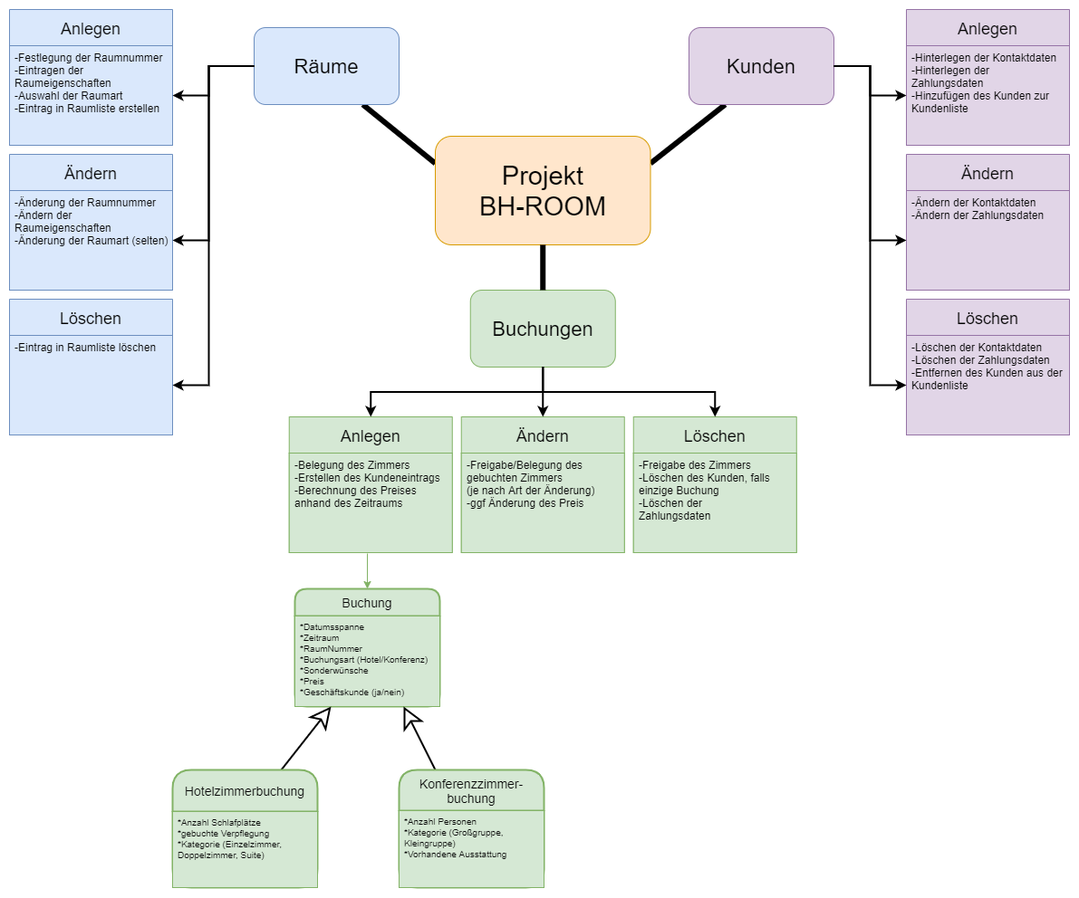
Before: Projektübersicht.png, a diagram exported from draw.io (fh-erfurt/Businesshotel-Roommanager). Source tidied: cells renumbered, new cells last; positions are measured from the earlier drawing's top-left corner, leaving out a move shared by most shapes.
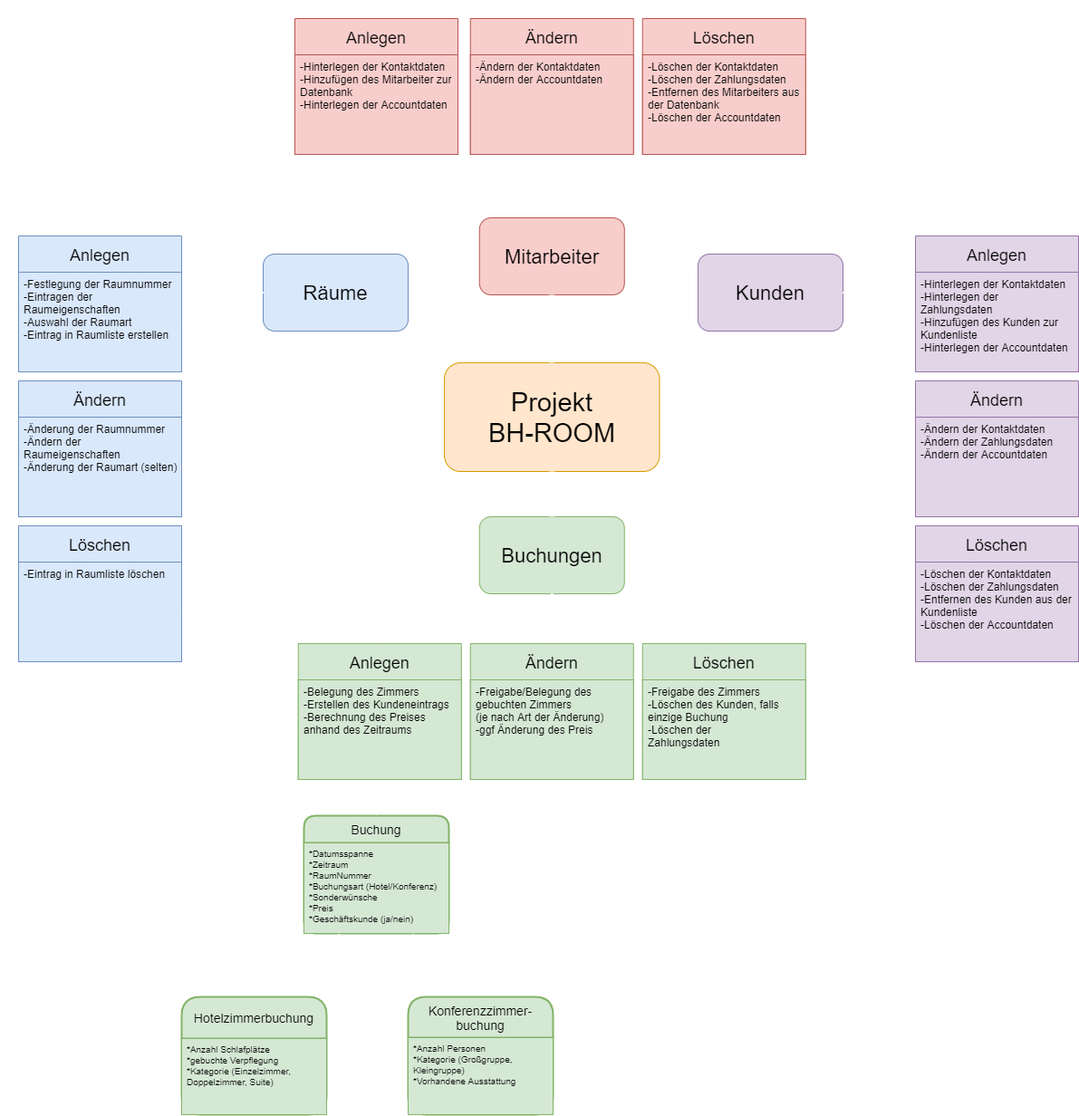
After the change.

Commit message:
Diagramm geupdatet

What changed in the source:
```diff
@@ -2,10 +2,10 @@
   <root>
     <mxCell id="0" />
     <mxCell id="1" parent="0" />
-    <mxCell id="2" style="endArrow=none;html=1;strokeWidth=6;fontSize=18;exitX=0.75;exitY=1;exitDx=0;exitDy=0;entryX=0;entryY=0.25;entryDx=0;entryDy=0;" parent="1" edge="1" source="14" target="15">
+    <mxCell id="2" style="endArrow=none;html=1;strokeWidth=6;fontSize=18;exitX=0.75;exitY=1;exitDx=0;exitDy=0;entryX=0;entryY=0.25;entryDx=0;entryDy=0;strokeColor=#FFFFFF;" parent="1" edge="1" source="14" target="15">
       <mxGeometry relative="1" as="geometry" />
     </mxCell>
-    <mxCell id="3" style="endArrow=none;html=1;strokeWidth=6;fontSize=18;exitX=0.25;exitY=1;exitDx=0;exitDy=0;entryX=1;entryY=0.25;entryDx=0;entryDy=0;" parent="1" edge="1" source="12" target="15">
+    <mxCell id="3" style="endArrow=none;html=1;strokeWidth=6;fontSize=18;exitX=0.25;exitY=1;exitDx=0;exitDy=0;entryX=1;entryY=0.25;entryDx=0;entryDy=0;strokeColor=#FFFFFF;" parent="1" edge="1" source="12" target="15">
       <mxGeometry relative="1" as="geometry" />
     </mxCell>
     <mxCell id="4" value="Buchung" style="swimlane;horizontal=1;startSize=30;rounded=1;fontSize=14;fontStyle=0;strokeWidth=2;shadow=0;dashed=0;align=center;fillColor=#d5e8d4;strokeColor=#82b366;" parent="1" vertex="1">
@@ -14,7 +14,7 @@
     <mxCell id="5" value="*Datumsspanne&#10;*Zeitraum&#10;*RaumNummer&#10;*Buchungsart (Hotel/Konferenz)&#10;*Sonderwünsche&#10;*Preis&#10;*Geschäftskunde (ja/nein)&#10;" style="align=left;strokeColor=#82b366;fillColor=#d5e8d4;spacingLeft=4;fontSize=10;verticalAlign=top;whiteSpace=wrap;" parent="4" vertex="1">
       <mxGeometry y="30" width="160" height="100" as="geometry" />
     </mxCell>
-    <mxCell id="6" style="rounded=0;jettySize=auto;html=1;exitX=0.75;exitY=0;exitDx=0;exitDy=0;entryX=0.25;entryY=1;entryDx=0;entryDy=0;fontSize=18;endArrow=classic;endFill=0;strokeWidth=2;startSize=4;endSize=19;fillColor=#d5e8d4;" parent="1" edge="1" source="7" target="5">
+    <mxCell id="6" style="rounded=0;jettySize=auto;html=1;exitX=0.75;exitY=0;exitDx=0;exitDy=0;entryX=0.25;entryY=1;entryDx=0;entryDy=0;fontSize=18;endArrow=classic;endFill=0;strokeWidth=2;startSize=4;endSize=19;fillColor=#d5e8d4;strokeColor=#FFFFFF;" parent="1" edge="1" source="7" target="5">
       <mxGeometry relative="1" as="geometry" />
     </mxCell>
     <mxCell id="7" value="Hotelzimmerbuchung" style="swimlane;horizontal=1;startSize=46;rounded=1;fontSize=14;fontStyle=0;strokeWidth=2;shadow=0;dashed=0;align=center;whiteSpace=wrap;fillColor=#d5e8d4;strokeColor=#82b366;" parent="1" vertex="1">
@@ -23,7 +23,7 @@
     <mxCell id="8" value="*Anzahl Schlafplätze&#10;*gebuchte Verpflegung&#10;*Kategorie (Einzelzimmer, Doppelzimmer, Suite)&#10;" style="align=left;strokeColor=#82b366;fillColor=#d5e8d4;spacingLeft=4;fontSize=10;verticalAlign=top;whiteSpace=wrap;" parent="7" vertex="1">
       <mxGeometry y="46" width="160" height="84" as="geometry" />
     </mxCell>
-    <mxCell id="9" style="rounded=0;jettySize=auto;html=1;exitX=0.25;exitY=0;exitDx=0;exitDy=0;fontSize=18;entryX=0.75;entryY=1;entryDx=0;entryDy=0;endArrow=classic;endFill=0;strokeWidth=2;startSize=4;endSize=19;fillColor=#d5e8d4;" parent="1" edge="1" source="10" target="5">
+    <mxCell id="9" style="rounded=0;jettySize=auto;html=1;exitX=0.25;exitY=0;exitDx=0;exitDy=0;fontSize=18;entryX=0.75;entryY=1;entryDx=0;entryDy=0;endArrow=classic;endFill=0;strokeWidth=2;startSize=4;endSize=19;fillColor=#d5e8d4;strokeColor=#FFFFFF;" parent="1" edge="1" source="10" target="5">
       <mxGeometry relative="1" as="geometry" />
     </mxCell>
     <mxCell id="10" value="Konferenzzimmer-buchung" style="swimlane;horizontal=1;startSize=45;rounded=1;fontSize=14;fontStyle=0;strokeWidth=2;shadow=0;dashed=0;align=center;whiteSpace=wrap;fillColor=#d5e8d4;strokeColor=#82b366;" parent="1" vertex="1">
@@ -65,45 +65,45 @@
     <mxCell id="22" value="Anlegen" style="swimlane;fontStyle=0;horizontal=1;startSize=40;align=center;fontSize=18;rounded=0;fillColor=#e1d5e7;strokeColor=#9673a6;" parent="1" vertex="1">
       <mxGeometry x="990" width="180" height="150" as="geometry" />
     </mxCell>
-    <mxCell id="23" value="-Hinterlegen der Kontaktdaten&#10;-Hinterlegen der &#10;Zahlungsdaten&#10;-Hinzufügen des Kunden zur Kundenliste" style="text;strokeColor=#9673a6;fillColor=#e1d5e7;spacingLeft=4;spacingRight=4;overflow=hidden;points=[[0,0.5],[1,0.5]];portConstraint=eastwest;fontSize=12;whiteSpace=wrap;rounded=0;" parent="22" vertex="1">
+    <mxCell id="23" value="-Hinterlegen der Kontaktdaten&#10;-Hinterlegen der &#10;Zahlungsdaten&#10;-Hinzufügen des Kunden zur Kundenliste&#10;-Hinterlegen der Accountdaten" style="text;strokeColor=#9673a6;fillColor=#e1d5e7;spacingLeft=4;spacingRight=4;overflow=hidden;points=[[0,0.5],[1,0.5]];portConstraint=eastwest;fontSize=12;whiteSpace=wrap;rounded=0;" parent="22" vertex="1">
       <mxGeometry y="40" width="180" height="110" as="geometry" />
     </mxCell>
     <mxCell id="24" value="Ändern" style="swimlane;fontStyle=0;horizontal=1;startSize=40;align=center;fontSize=18;rounded=0;fillColor=#e1d5e7;strokeColor=#9673a6;" parent="1" vertex="1">
       <mxGeometry x="990" y="160" width="180" height="150" as="geometry" />
     </mxCell>
-    <mxCell id="25" value="-Ändern der Kontaktdaten&#10;-Ändern der Zahlungsdaten" style="text;strokeColor=#9673a6;fillColor=#e1d5e7;spacingLeft=4;spacingRight=4;overflow=hidden;points=[[0,0.5],[1,0.5]];portConstraint=eastwest;fontSize=12;whiteSpace=wrap;rounded=0;" parent="24" vertex="1">
+    <mxCell id="25" value="-Ändern der Kontaktdaten&#10;-Ändern der Zahlungsdaten&#10;-Ändern der Accountdaten" style="text;strokeColor=#9673a6;fillColor=#e1d5e7;spacingLeft=4;spacingRight=4;overflow=hidden;points=[[0,0.5],[1,0.5]];portConstraint=eastwest;fontSize=12;whiteSpace=wrap;rounded=0;" parent="24" vertex="1">
       <mxGeometry y="40" width="180" height="110" as="geometry" />
     </mxCell>
     <mxCell id="26" value="Löschen" style="swimlane;fontStyle=0;horizontal=1;startSize=40;align=center;fontSize=18;rounded=0;fillColor=#e1d5e7;strokeColor=#9673a6;" parent="1" vertex="1">
       <mxGeometry x="990" y="320" width="180" height="150" as="geometry" />
     </mxCell>
-    <mxCell id="27" value="-Löschen der Kontaktdaten&#10;-Löschen der Zahlungsdaten&#10;-Entfernen des Kunden aus der Kundenliste" style="text;strokeColor=#9673a6;fillColor=#e1d5e7;spacingLeft=4;spacingRight=4;overflow=hidden;points=[[0,0.5],[1,0.5]];portConstraint=eastwest;fontSize=12;whiteSpace=wrap;rounded=0;" parent="26" vertex="1">
+    <mxCell id="27" value="-Löschen der Kontaktdaten&#10;-Löschen der Zahlungsdaten&#10;-Entfernen des Kunden aus der Kundenliste&#10;-Löschen der Accountdaten" style="text;strokeColor=#9673a6;fillColor=#e1d5e7;spacingLeft=4;spacingRight=4;overflow=hidden;points=[[0,0.5],[1,0.5]];portConstraint=eastwest;fontSize=12;whiteSpace=wrap;rounded=0;" parent="26" vertex="1">
       <mxGeometry y="40" width="180" height="110" as="geometry" />
     </mxCell>
-    <mxCell id="28" style="endArrow=classic;html=1;fontSize=18;entryX=0.5;entryY=0;entryDx=0;entryDy=0;fillColor=#d5e8d4;strokeColor=#82b366;" parent="1" edge="1" target="4">
+    <mxCell id="28" style="endArrow=classic;html=1;fontSize=18;entryX=0.5;entryY=0;entryDx=0;entryDy=0;fillColor=#d5e8d4;strokeColor=#FFFFFF;" parent="1" edge="1" target="4">
       <mxGeometry relative="1" as="geometry">
         <mxPoint x="395" y="601" as="sourcePoint" />
       </mxGeometry>
     </mxCell>
-    <mxCell id="29" style="endArrow=classic;html=1;strokeWidth=2;fontSize=18;exitX=0.5;exitY=1;exitDx=0;exitDy=0;entryX=0.5;entryY=0;entryDx=0;entryDy=0;" parent="1" edge="1" source="13" target="18">
+    <mxCell id="29" style="endArrow=classic;html=1;strokeWidth=2;fontSize=18;exitX=0.5;exitY=1;exitDx=0;exitDy=0;entryX=0.5;entryY=0;entryDx=0;entryDy=0;strokeColor=#FFFFFF;" parent="1" edge="1" source="13" target="18">
       <mxGeometry relative="1" as="geometry" />
     </mxCell>
-    <mxCell id="30" style="endArrow=classic;html=1;strokeWidth=2;fontSize=18;exitX=0.5;exitY=1;exitDx=0;exitDy=0;entryX=0.5;entryY=0;entryDx=0;entryDy=0;edgeStyle=orthogonalEdgeStyle;rounded=0;" parent="1" edge="1" source="13" target="16">
+    <mxCell id="30" style="endArrow=classic;html=1;strokeWidth=2;fontSize=18;exitX=0.5;exitY=1;exitDx=0;exitDy=0;entryX=0.5;entryY=0;entryDx=0;entryDy=0;edgeStyle=orthogonalEdgeStyle;rounded=0;strokeColor=#FFFFFF;" parent="1" edge="1" source="13" target="16">
       <mxGeometry relative="1" as="geometry" />
     </mxCell>
-    <mxCell id="31" style="endArrow=classic;html=1;strokeWidth=2;fontSize=18;exitX=0.5;exitY=1;exitDx=0;exitDy=0;entryX=0.5;entryY=0;entryDx=0;entryDy=0;rounded=0;edgeStyle=orthogonalEdgeStyle;" parent="1" edge="1" source="13" target="20">
+    <mxCell id="31" style="endArrow=classic;html=1;strokeWidth=2;fontSize=18;exitX=0.5;exitY=1;exitDx=0;exitDy=0;entryX=0.5;entryY=0;entryDx=0;entryDy=0;rounded=0;edgeStyle=orthogonalEdgeStyle;strokeColor=#FFFFFF;" parent="1" edge="1" source="13" target="20">
       <mxGeometry relative="1" as="geometry" />
     </mxCell>
-    <mxCell id="32" style="endArrow=none;html=1;strokeWidth=6;fontSize=18;exitX=0.5;exitY=1;exitDx=0;exitDy=0;entryX=0.5;entryY=0;entryDx=0;entryDy=0;" parent="1" edge="1" source="15" target="13">
+    <mxCell id="32" style="endArrow=none;html=1;strokeWidth=6;fontSize=18;exitX=0.5;exitY=1;exitDx=0;exitDy=0;entryX=0.5;entryY=0;entryDx=0;entryDy=0;strokeColor=#FFFFFF;" parent="1" edge="1" source="15" target="13">
       <mxGeometry relative="1" as="geometry" />
     </mxCell>
-    <mxCell id="33" style="endArrow=classic;html=1;strokeWidth=2;fontSize=18;rounded=0;edgeStyle=orthogonalEdgeStyle;exitX=1;exitY=0.5;exitDx=0;exitDy=0;entryX=0;entryY=0.5;entryDx=0;entryDy=0;" parent="1" edge="1" source="12" target="23">
+    <mxCell id="33" style="endArrow=classic;html=1;strokeWidth=2;fontSize=18;rounded=0;edgeStyle=orthogonalEdgeStyle;exitX=1;exitY=0.5;exitDx=0;exitDy=0;entryX=0;entryY=0.5;entryDx=0;entryDy=0;strokeColor=#FFFFFF;" parent="1" edge="1" source="12" target="23">
       <mxGeometry relative="1" as="geometry" />
     </mxCell>
-    <mxCell id="34" style="endArrow=classic;html=1;strokeWidth=2;fontSize=18;rounded=0;edgeStyle=orthogonalEdgeStyle;exitX=1;exitY=0.5;exitDx=0;exitDy=0;entryX=0;entryY=0.5;entryDx=0;entryDy=0;" parent="1" edge="1" source="12" target="25">
+    <mxCell id="34" style="endArrow=classic;html=1;strokeWidth=2;fontSize=18;rounded=0;edgeStyle=orthogonalEdgeStyle;exitX=1;exitY=0.5;exitDx=0;exitDy=0;entryX=0;entryY=0.5;entryDx=0;entryDy=0;strokeColor=#FFFFFF;" parent="1" edge="1" source="12" target="25">
       <mxGeometry relative="1" as="geometry" />
     </mxCell>
-    <mxCell id="35" style="endArrow=classic;html=1;strokeWidth=2;fontSize=18;rounded=0;edgeStyle=orthogonalEdgeStyle;exitX=1;exitY=0.5;exitDx=0;exitDy=0;entryX=0;entryY=0.5;entryDx=0;entryDy=0;" parent="1" edge="1" source="12" target="27">
+    <mxCell id="35" style="endArrow=classic;html=1;strokeWidth=2;fontSize=18;rounded=0;edgeStyle=orthogonalEdgeStyle;exitX=1;exitY=0.5;exitDx=0;exitDy=0;entryX=0;entryY=0.5;entryDx=0;entryDy=0;strokeColor=#FFFFFF;" parent="1" edge="1" source="12" target="27">
       <mxGeometry relative="1" as="geometry" />
     </mxCell>
     <mxCell id="36" value="Anlegen" style="swimlane;fontStyle=0;horizontal=1;startSize=40;align=center;fontSize=18;rounded=0;fillColor=#dae8fc;strokeColor=#6c8ebf;" parent="1" vertex="1">
@@ -124,7 +124,7 @@
     <mxCell id="41" value="-Eintrag in Raumliste löschen&#10;" style="text;strokeColor=#6c8ebf;fillColor=#dae8fc;spacingLeft=4;spacingRight=4;overflow=hidden;points=[[0,0.5],[1,0.5]];portConstraint=eastwest;fontSize=12;whiteSpace=wrap;rounded=0;" parent="40" vertex="1">
       <mxGeometry y="40" width="180" height="110" as="geometry" />
     </mxCell>
-    <mxCell id="42" style="endArrow=classic;html=1;strokeWidth=2;fontSize=18;rounded=0;edgeStyle=orthogonalEdgeStyle;exitX=0;exitY=0.5;exitDx=0;exitDy=0;entryX=1;entryY=0.5;entryDx=0;entryDy=0;" parent="1" edge="1" source="14" target="37">
+    <mxCell id="42" style="endArrow=classic;html=1;strokeWidth=2;fontSize=18;rounded=0;edgeStyle=orthogonalEdgeStyle;exitX=0;exitY=0.5;exitDx=0;exitDy=0;entryX=1;entryY=0.5;entryDx=0;entryDy=0;strokeColor=#FFFFFF;" parent="1" edge="1" source="14" target="37">
       <mxGeometry relative="1" as="geometry">
         <Array as="points">
           <mxPoint x="220" y="63" />
@@ -132,7 +132,7 @@
         </Array>
       </mxGeometry>
     </mxCell>
-    <mxCell id="43" style="endArrow=classic;html=1;strokeWidth=2;fontSize=18;rounded=0;edgeStyle=orthogonalEdgeStyle;exitX=0;exitY=0.5;exitDx=0;exitDy=0;entryX=1;entryY=0.5;entryDx=0;entryDy=0;" parent="1" edge="1" source="14" target="41">
+    <mxCell id="43" style="endArrow=classic;html=1;strokeWidth=2;fontSize=18;rounded=0;edgeStyle=orthogonalEdgeStyle;exitX=0;exitY=0.5;exitDx=0;exitDy=0;entryX=1;entryY=0.5;entryDx=0;entryDy=0;strokeColor=#FFFFFF;" parent="1" edge="1" source="14" target="41">
       <mxGeometry relative="1" as="geometry">
         <Array as="points">
           <mxPoint x="220" y="63" />
@@ -140,7 +140,7 @@
         </Array>
       </mxGeometry>
     </mxCell>
-    <mxCell id="44" style="endArrow=classic;html=1;strokeWidth=2;fontSize=18;exitX=0;exitY=0.5;exitDx=0;exitDy=0;entryX=1;entryY=0.5;entryDx=0;entryDy=0;edgeStyle=orthogonalEdgeStyle;rounded=0;" parent="1" edge="1" source="14" target="39">
+    <mxCell id="44" style="endArrow=classic;html=1;strokeWidth=2;fontSize=18;exitX=0;exitY=0.5;exitDx=0;exitDy=0;entryX=1;entryY=0.5;entryDx=0;entryDy=0;edgeStyle=orthogonalEdgeStyle;rounded=0;strokeColor=#FFFFFF;" parent="1" edge="1" source="14" target="39">
       <mxGeometry relative="1" as="geometry">
         <Array as="points">
           <mxPoint x="220" y="63" />
@@ -148,5 +148,48 @@
         </Array>
       </mxGeometry>
     </mxCell>
+    <mxCell id="45" style="edgeStyle=orthogonalEdgeStyle;rounded=0;jettySize=auto;html=1;entryX=0.5;entryY=1;entryDx=0;entryDy=0;strokeWidth=2;strokeColor=#FFFFFF;" parent="1" edge="1" source="48" target="51">
+      <mxGeometry relative="1" as="geometry" />
+    </mxCell>
+    <mxCell id="46" style="edgeStyle=orthogonalEdgeStyle;rounded=0;jettySize=auto;html=1;entryX=0.5;entryY=1;entryDx=0;entryDy=0;strokeWidth=2;strokeColor=#FFFFFF;" parent="1" edge="1" source="48" target="53">
+      <mxGeometry relative="1" as="geometry">
+        <Array as="points">
+          <mxPoint x="589" y="-41" />
+          <mxPoint x="779" y="-41" />
+        </Array>
+      </mxGeometry>
+    </mxCell>
+    <mxCell id="47" style="edgeStyle=orthogonalEdgeStyle;rounded=0;jettySize=auto;html=1;entryX=0.5;entryY=1;entryDx=0;entryDy=0;strokeWidth=2;strokeColor=#FFFFFF;" parent="1" edge="1" source="48" target="49">
+      <mxGeometry relative="1" as="geometry">
+        <Array as="points">
+          <mxPoint x="589" y="-40" />
+          <mxPoint x="395" y="-40" />
+        </Array>
+      </mxGeometry>
+    </mxCell>
+    <mxCell id="48" value="Mitarbeiter" style="whiteSpace=wrap;html=1;rounded=1;fontSize=22;fillColor=#f8cecc;strokeColor=#b85450;" parent="1" vertex="1">
+      <mxGeometry x="508.8" y="-20" width="160" height="85" as="geometry" />
+    </mxCell>
+    <mxCell id="49" value="Anlegen" style="swimlane;fontStyle=0;horizontal=1;startSize=40;align=center;fontSize=18;rounded=0;fillColor=#f8cecc;strokeColor=#b85450;" parent="1" vertex="1">
+      <mxGeometry x="305" y="-240" width="180" height="150" as="geometry" />
+    </mxCell>
+    <mxCell id="50" value="-Hinterlegen der Kontaktdaten&#10;-Hinzufügen des Mitarbeiter zur Datenbank&#10;-Hinterlegen der Accountdaten" style="text;strokeColor=#b85450;fillColor=#f8cecc;spacingLeft=4;spacingRight=4;overflow=hidden;fontSize=12;whiteSpace=wrap;rounded=0;" parent="49" vertex="1">
+      <mxGeometry y="40" width="180" height="110" as="geometry" />
+    </mxCell>
+    <mxCell id="51" value="Ändern" style="swimlane;fontStyle=0;horizontal=1;startSize=40;align=center;fontSize=18;rounded=0;fillColor=#f8cecc;strokeColor=#b85450;" parent="1" vertex="1">
+      <mxGeometry x="498.8" y="-240" width="180" height="150" as="geometry" />
+    </mxCell>
+    <mxCell id="52" value="-Ändern der Kontaktdaten&#10;-Ändern der Accountdaten" style="text;strokeColor=#b85450;fillColor=#f8cecc;spacingLeft=4;spacingRight=4;overflow=hidden;fontSize=12;whiteSpace=wrap;rounded=0;" parent="51" vertex="1">
+      <mxGeometry y="40" width="180" height="110" as="geometry" />
+    </mxCell>
+    <mxCell id="53" value="Löschen" style="swimlane;fontStyle=0;horizontal=1;startSize=40;align=center;fontSize=18;rounded=0;fillColor=#f8cecc;strokeColor=#b85450;" parent="1" vertex="1">
+      <mxGeometry x="688.8" y="-240" width="180" height="150" as="geometry" />
+    </mxCell>
+    <mxCell id="54" value="-Löschen der Kontaktdaten&#10;-Löschen der Zahlungsdaten&#10;-Entfernen des Mitarbeiters aus der Datenbank&#10;-Löschen der Accountdaten" style="text;strokeColor=#b85450;fillColor=#f8cecc;spacingLeft=4;spacingRight=4;overflow=hidden;fontSize=12;whiteSpace=wrap;rounded=0;" parent="53" vertex="1">
+      <mxGeometry y="40" width="180" height="110" as="geometry" />
+    </mxCell>
+    <mxCell id="55" style="endArrow=none;html=1;strokeWidth=6;fontSize=18;exitX=0.5;exitY=1;exitDx=0;exitDy=0;entryX=0.5;entryY=0;entryDx=0;entryDy=0;strokeColor=#FFFFFF;" parent="1" edge="1" source="48" target="15">
+      <mxGeometry relative="1" as="geometry" />
+    </mxCell>
   </root>
 </mxGraphModel>
```
